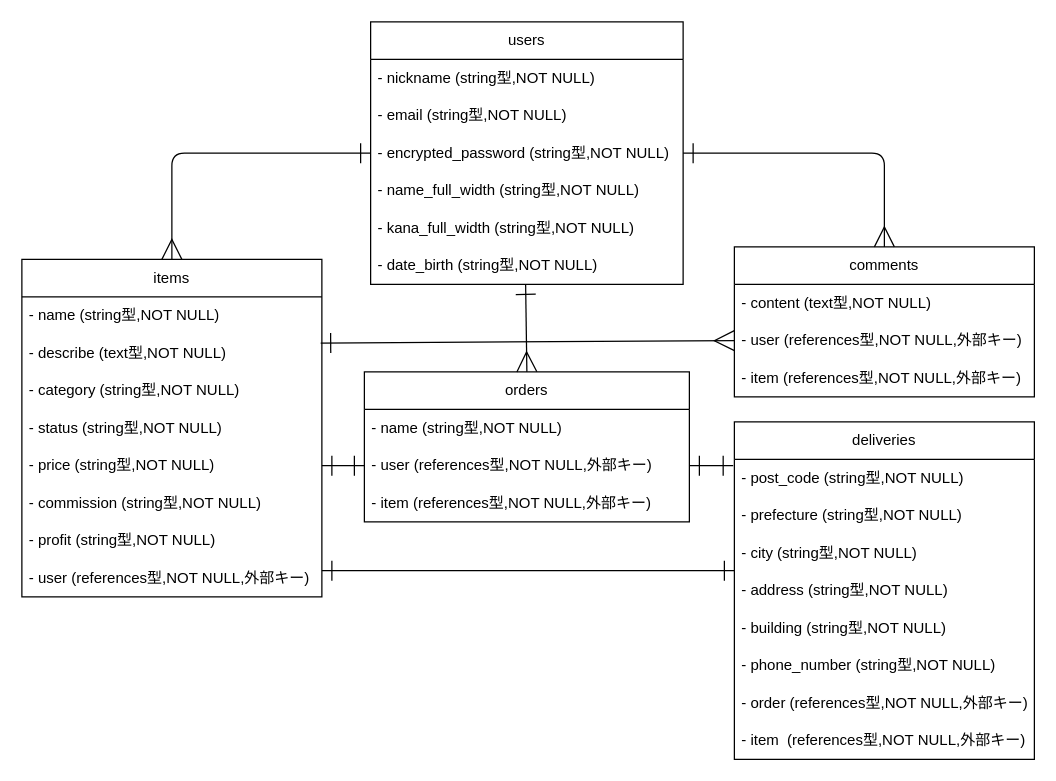
rui1100/furima-39660 keeps this draw.io diagram as furima.dio. Above is the earlier version. Source tidied: cells renumbered, new cells numbered last; positions are measured from the earlier drawing's top-left corner, leaving out a move shared by most shapes. Both pictures are drawn from the tidied source at 125%, with x=0, y=0 at pixel (21, 21).
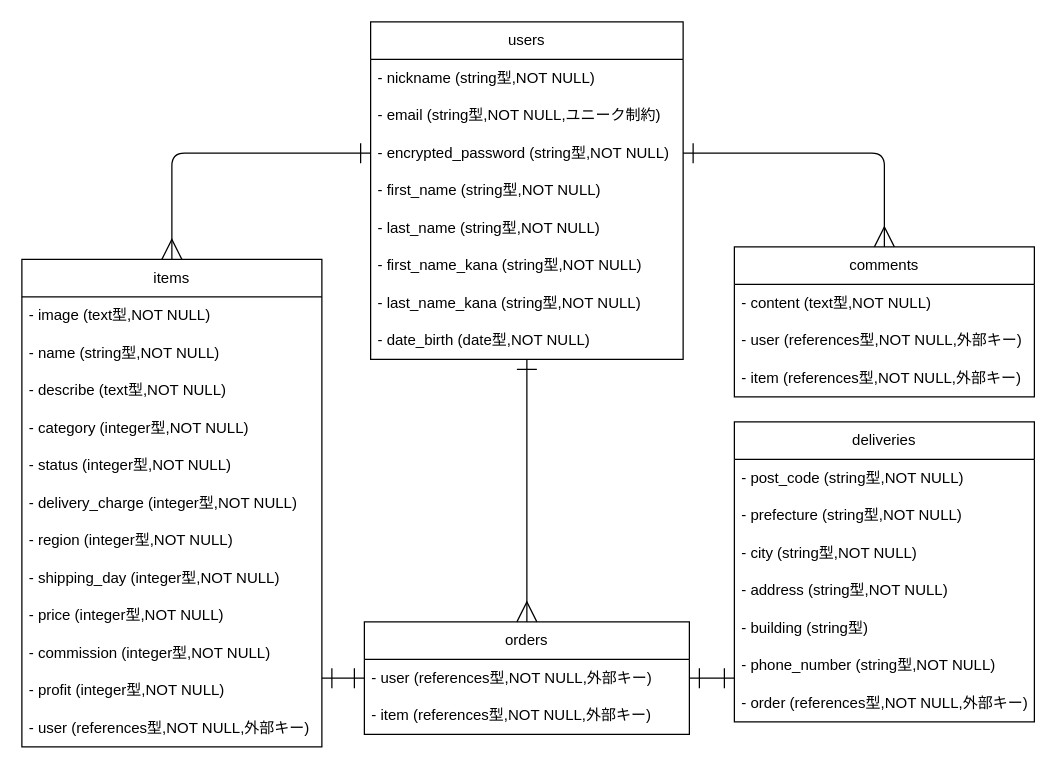
Above is the later version.

Commit message (it also covers changes not shown here):
データベース設計_修正_1202

The change refers to these unchanged cells:
```xml
<mxCell id="23" value="- post_code (string型,NOT NULL)" style="text;strokeColor=none;fillColor=none;align=left;verticalAlign=middle;spacingLeft=4;spacingRight=4;overflow=hidden;points=[[0,0.5],[1,0.5]];portConstraint=eastwest;whiteSpace=wrap;html=1;" parent="22" vertex="1">
  <mxGeometry y="30" width="240" height="30" as="geometry" />
</mxCell>
<mxCell id="33" value="- user (references型,NOT NULL,外部キー)" style="text;strokeColor=none;fillColor=none;align=left;verticalAlign=middle;spacingLeft=4;spacingRight=4;overflow=hidden;points=[[0,0.5],[1,0.5]];portConstraint=eastwest;whiteSpace=wrap;html=1;" parent="31" vertex="1">
  <mxGeometry y="60" width="240" height="30" as="geometry" />
</mxCell>
```

The edit, as a diff of the source:
```diff
@@
     <mxCell id="2" value="users" style="swimlane;fontStyle=0;horizontal=1;startSize=30;whiteSpace=wrap;html=1;" parent="1" vertex="1">
-      <mxGeometry x="279" width="250" height="210" as="geometry" />
+      <mxGeometry x="279" width="250" height="270" as="geometry" />
     </mxCell>
@@
-    <mxCell id="4" value="- email&amp;nbsp;(string型,NOT NULL)" style="text;strokeColor=none;fillColor=none;align=left;verticalAlign=middle;spacingLeft=4;spacingRight=4;overflow=hidden;whiteSpace=wrap;html=1;" parent="2" vertex="1">
+    <mxCell id="4" value="- email&amp;nbsp;(string型,NOT NULL,ユニーク制約)" style="text;strokeColor=none;fillColor=none;align=left;verticalAlign=middle;spacingLeft=4;spacingRight=4;overflow=hidden;whiteSpace=wrap;html=1;" parent="2" vertex="1">
       <mxGeometry y="60" width="250" height="30" as="geometry" />
     </mxCell>
@@
-    <mxCell id="6" value="- name_full_width&amp;nbsp;(string型,NOT NULL)" style="text;strokeColor=none;fillColor=none;align=left;verticalAlign=middle;spacingLeft=4;spacingRight=4;overflow=hidden;whiteSpace=wrap;html=1;" parent="2" vertex="1">
+    <mxCell id="6" value="- first_name (string型,NOT NULL)" style="text;strokeColor=none;fillColor=none;align=left;verticalAlign=middle;spacingLeft=4;spacingRight=4;overflow=hidden;whiteSpace=wrap;html=1;" parent="2" vertex="1">
       <mxGeometry y="120" width="250" height="30" as="geometry" />
     </mxCell>
+    <mxCell id="42" value="- last_name (string型,NOT NULL)" style="text;strokeColor=none;fillColor=none;align=left;verticalAlign=middle;spacingLeft=4;spacingRight=4;overflow=hidden;whiteSpace=wrap;html=1;" parent="2" vertex="1">
+      <mxGeometry y="150" width="250" height="30" as="geometry" />
+    </mxCell>
-    <mxCell id="7" value="- kana_full_width&amp;nbsp;(string型,NOT NULL)" style="text;strokeColor=none;fillColor=none;align=left;verticalAlign=middle;spacingLeft=4;spacingRight=4;overflow=hidden;whiteSpace=wrap;html=1;" parent="2" vertex="1">
-      <mxGeometry y="150" width="250" height="30" as="geometry" />
+    <mxCell id="7" value="- first_name_kana (string型,NOT NULL)" style="text;strokeColor=none;fillColor=none;align=left;verticalAlign=middle;spacingLeft=4;spacingRight=4;overflow=hidden;whiteSpace=wrap;html=1;" parent="2" vertex="1">
+      <mxGeometry y="180" width="250" height="30" as="geometry" />
     </mxCell>
+    <mxCell id="43" value="- last_name_kana (string型,NOT NULL)" style="text;strokeColor=none;fillColor=none;align=left;verticalAlign=middle;spacingLeft=4;spacingRight=4;overflow=hidden;whiteSpace=wrap;html=1;" parent="2" vertex="1">
+      <mxGeometry y="210" width="250" height="30" as="geometry" />
+    </mxCell>
-    <mxCell id="8" value="- date_birth&amp;nbsp;(string型,NOT NULL)" style="text;strokeColor=none;fillColor=none;align=left;verticalAlign=middle;spacingLeft=4;spacingRight=4;overflow=hidden;points=[[0,0.5],[1,0.5]];portConstraint=eastwest;whiteSpace=wrap;html=1;" parent="2" vertex="1">
-      <mxGeometry y="180" width="250" height="30" as="geometry" />
+    <mxCell id="8" value="- date_birth&amp;nbsp;(date型,NOT NULL)" style="text;strokeColor=none;fillColor=none;align=left;verticalAlign=middle;spacingLeft=4;spacingRight=4;overflow=hidden;points=[[0,0.5],[1,0.5]];portConstraint=eastwest;whiteSpace=wrap;html=1;" parent="2" vertex="1">
+      <mxGeometry y="240" width="250" height="30" as="geometry" />
     </mxCell>
     <mxCell id="9" value="items" style="swimlane;fontStyle=0;horizontal=1;startSize=30;whiteSpace=wrap;html=1;" parent="1" vertex="1">
-      <mxGeometry y="190" width="240" height="270" as="geometry" />
+      <mxGeometry y="190" width="240" height="390" as="geometry" />
     </mxCell>
-    <mxCell id="10" value="- name&amp;nbsp;(string型,NOT NULL)" style="text;strokeColor=none;fillColor=none;align=left;verticalAlign=middle;spacingLeft=4;spacingRight=4;overflow=hidden;whiteSpace=wrap;html=1;" parent="9" vertex="1">
+    <mxCell id="10" value="- image (text型,NOT NULL)" style="text;strokeColor=none;fillColor=none;align=left;verticalAlign=middle;spacingLeft=4;spacingRight=4;overflow=hidden;whiteSpace=wrap;html=1;" parent="9" vertex="1">
       <mxGeometry y="30" width="240" height="30" as="geometry" />
     </mxCell>
+    <mxCell id="19" value="- name&amp;nbsp;(string型,NOT NULL)" style="text;strokeColor=none;fillColor=none;align=left;verticalAlign=middle;spacingLeft=4;spacingRight=4;overflow=hidden;whiteSpace=wrap;html=1;" parent="9" vertex="1">
+      <mxGeometry y="60" width="240" height="30" as="geometry" />
+    </mxCell>
     <mxCell id="11" value="- describe&amp;nbsp;(text型,NOT NULL)" style="text;strokeColor=none;fillColor=none;align=left;verticalAlign=middle;spacingLeft=4;spacingRight=4;overflow=hidden;points=[[0,0.5],[1,0.5]];portConstraint=eastwest;whiteSpace=wrap;html=1;" parent="9" vertex="1">
-      <mxGeometry y="60" width="240" height="30" as="geometry" />
+      <mxGeometry y="90" width="240" height="30" as="geometry" />
     </mxCell>
-    <mxCell id="12" value="- category (string型,NOT NULL)" style="text;strokeColor=none;fillColor=none;align=left;verticalAlign=middle;spacingLeft=4;spacingRight=4;overflow=hidden;whiteSpace=wrap;html=1;" parent="9" vertex="1">
-      <mxGeometry y="90" width="240" height="30" as="geometry" />
+    <mxCell id="12" value="- category (integer型,NOT NULL)" style="text;strokeColor=none;fillColor=none;align=left;verticalAlign=middle;spacingLeft=4;spacingRight=4;overflow=hidden;whiteSpace=wrap;html=1;" parent="9" vertex="1">
+      <mxGeometry y="120" width="240" height="30" as="geometry" />
     </mxCell>
-    <mxCell id="13" value="- status (string型,NOT NULL)" style="text;strokeColor=none;fillColor=none;align=left;verticalAlign=middle;spacingLeft=4;spacingRight=4;overflow=hidden;whiteSpace=wrap;html=1;" parent="9" vertex="1">
-      <mxGeometry y="120" width="240" height="30" as="geometry" />
+    <mxCell id="13" value="- status (integer型,NOT NULL)" style="text;strokeColor=none;fillColor=none;align=left;verticalAlign=middle;spacingLeft=4;spacingRight=4;overflow=hidden;whiteSpace=wrap;html=1;" parent="9" vertex="1">
+      <mxGeometry y="150" width="240" height="30" as="geometry" />
     </mxCell>
+    <mxCell id="44" value="- delivery_charge (integer型,NOT NULL)" style="text;strokeColor=none;fillColor=none;align=left;verticalAlign=middle;spacingLeft=4;spacingRight=4;overflow=hidden;whiteSpace=wrap;html=1;" parent="9" vertex="1">
+      <mxGeometry y="180" width="240" height="30" as="geometry" />
+    </mxCell>
+    <mxCell id="45" value="- region&amp;nbsp;(integer型,NOT NULL)" style="text;strokeColor=none;fillColor=none;align=left;verticalAlign=middle;spacingLeft=4;spacingRight=4;overflow=hidden;whiteSpace=wrap;html=1;" parent="9" vertex="1">
+      <mxGeometry y="210" width="240" height="30" as="geometry" />
+    </mxCell>
+    <mxCell id="46" value="- shipping_day (integer型,NOT NULL)" style="text;strokeColor=none;fillColor=none;align=left;verticalAlign=middle;spacingLeft=4;spacingRight=4;overflow=hidden;whiteSpace=wrap;html=1;" parent="9" vertex="1">
+      <mxGeometry y="240" width="240" height="30" as="geometry" />
+    </mxCell>
-    <mxCell id="14" value="- price&amp;nbsp;(string型,NOT NULL)" style="text;strokeColor=none;fillColor=none;align=left;verticalAlign=middle;spacingLeft=4;spacingRight=4;overflow=hidden;points=[[0,0.5],[1,0.5]];portConstraint=eastwest;whiteSpace=wrap;html=1;" parent="9" vertex="1">
-      <mxGeometry y="150" width="240" height="30" as="geometry" />
+    <mxCell id="14" value="- price&amp;nbsp;(integer型,NOT NULL)" style="text;strokeColor=none;fillColor=none;align=left;verticalAlign=middle;spacingLeft=4;spacingRight=4;overflow=hidden;points=[[0,0.5],[1,0.5]];portConstraint=eastwest;whiteSpace=wrap;html=1;" parent="9" vertex="1">
+      <mxGeometry y="270" width="240" height="30" as="geometry" />
     </mxCell>
-    <mxCell id="15" value="- commission (string型,NOT NULL)" style="text;strokeColor=none;fillColor=none;align=left;verticalAlign=middle;spacingLeft=4;spacingRight=4;overflow=hidden;whiteSpace=wrap;html=1;" parent="9" vertex="1">
-      <mxGeometry y="180" width="240" height="30" as="geometry" />
+    <mxCell id="15" value="- commission (integer型,NOT NULL)" style="text;strokeColor=none;fillColor=none;align=left;verticalAlign=middle;spacingLeft=4;spacingRight=4;overflow=hidden;whiteSpace=wrap;html=1;" parent="9" vertex="1">
+      <mxGeometry y="300" width="240" height="30" as="geometry" />
     </mxCell>
-    <mxCell id="16" value="- profit (string型,NOT NULL)" style="text;strokeColor=none;fillColor=none;align=left;verticalAlign=middle;spacingLeft=4;spacingRight=4;overflow=hidden;whiteSpace=wrap;html=1;" parent="9" vertex="1">
-      <mxGeometry y="210" width="240" height="30" as="geometry" />
+    <mxCell id="16" value="- profit (integer型,NOT NULL)" style="text;strokeColor=none;fillColor=none;align=left;verticalAlign=middle;spacingLeft=4;spacingRight=4;overflow=hidden;whiteSpace=wrap;html=1;" parent="9" vertex="1">
+      <mxGeometry y="330" width="240" height="30" as="geometry" />
     </mxCell>
     <mxCell id="17" value="- user (references型,NOT NULL,外部キー)" style="text;strokeColor=none;fillColor=none;align=left;verticalAlign=middle;spacingLeft=4;spacingRight=4;overflow=hidden;whiteSpace=wrap;html=1;" parent="9" vertex="1">
-      <mxGeometry y="240" width="240" height="30" as="geometry" />
+      <mxGeometry y="360" width="240" height="30" as="geometry" />
     </mxCell>
     <mxCell id="18" value="orders" style="swimlane;fontStyle=0;horizontal=1;startSize=30;whiteSpace=wrap;html=1;" parent="1" vertex="1">
-      <mxGeometry x="274" y="280" width="260" height="120" as="geometry" />
+      <mxGeometry x="274" y="480" width="260" height="90" as="geometry" />
     </mxCell>
-    <mxCell id="19" value="- name (string型,NOT NULL)" style="text;strokeColor=none;fillColor=none;align=left;verticalAlign=middle;spacingLeft=4;spacingRight=4;overflow=hidden;whiteSpace=wrap;html=1;" parent="18" vertex="1">
-      <mxGeometry y="30" width="260" height="30" as="geometry" />
-    </mxCell>
     <mxCell id="20" value="- user (references型,NOT NULL,外部キー)" style="text;strokeColor=none;fillColor=none;align=left;verticalAlign=middle;spacingLeft=4;spacingRight=4;overflow=hidden;points=[[0,0.5],[1,0.5]];portConstraint=eastwest;whiteSpace=wrap;html=1;" parent="18" vertex="1">
-      <mxGeometry y="60" width="260" height="30" as="geometry" />
+      <mxGeometry y="30" width="260" height="30" as="geometry" />
     </mxCell>
     <mxCell id="21" value="- item (references型,NOT NULL,外部キー)" style="text;strokeColor=none;fillColor=none;align=left;verticalAlign=middle;spacingLeft=4;spacingRight=4;overflow=hidden;whiteSpace=wrap;html=1;" parent="18" vertex="1">
-      <mxGeometry y="90" width="260" height="30" as="geometry" />
+      <mxGeometry y="60" width="260" height="30" as="geometry" />
     </mxCell>
     <mxCell id="22" value="deliveries" style="swimlane;fontStyle=0;horizontal=1;startSize=30;whiteSpace=wrap;html=1;" parent="1" vertex="1">
-      <mxGeometry x="570" y="320" width="240" height="270" as="geometry" />
+      <mxGeometry x="570" y="320" width="240" height="240" as="geometry" />
     </mxCell>
@@
-    <mxCell id="27" value="- building (string型,NOT NULL)" style="text;strokeColor=none;fillColor=none;align=left;verticalAlign=middle;spacingLeft=4;spacingRight=4;overflow=hidden;whiteSpace=wrap;html=1;" parent="22" vertex="1">
+    <mxCell id="27" value="- building (string型)" style="text;strokeColor=none;fillColor=none;align=left;verticalAlign=middle;spacingLeft=4;spacingRight=4;overflow=hidden;whiteSpace=wrap;html=1;" parent="22" vertex="1">
       <mxGeometry y="150" width="240" height="30" as="geometry" />
     </mxCell>
@@
-    <mxCell id="30" value="- item&amp;nbsp; (references型,NOT NULL,外部キー)" style="text;strokeColor=none;fillColor=none;align=left;verticalAlign=middle;spacingLeft=4;spacingRight=4;overflow=hidden;whiteSpace=wrap;html=1;" parent="22" vertex="1">
-      <mxGeometry y="240" width="240" height="30" as="geometry" />
-    </mxCell>
@@
-    <mxCell id="37" style="edgeStyle=none;html=1;exitX=0;exitY=0.5;exitDx=0;exitDy=0;entryX=0.996;entryY=0.233;entryDx=0;entryDy=0;startArrow=ERmany;startFill=0;endArrow=ERone;endFill=0;startSize=14;endSize=14;entryPerimeter=0;" parent="1" edge="1" source="33" target="11">
-      <mxGeometry relative="1" as="geometry" />
-    </mxCell>
-    <mxCell id="38" style="edgeStyle=none;html=1;exitX=0.5;exitY=0;exitDx=0;exitDy=0;entryX=0.496;entryY=1;entryDx=0;entryDy=0;entryPerimeter=0;startArrow=ERmany;startFill=0;endArrow=ERone;endFill=0;startSize=14;endSize=14;" parent="1" edge="1" source="18" target="8">
-      <mxGeometry relative="1" as="geometry" />
+    <mxCell id="38" style="edgeStyle=none;html=1;exitX=0.5;exitY=0;exitDx=0;exitDy=0;startArrow=ERmany;startFill=0;endArrow=ERone;endFill=0;startSize=14;endSize=14;" parent="1" edge="1" source="18">
+      <mxGeometry relative="1" as="geometry">
+        <mxPoint x="404" y="270" as="targetPoint" />
+      </mxGeometry>
     </mxCell>
-    <mxCell id="39" style="edgeStyle=none;html=1;startArrow=ERone;startFill=0;endArrow=ERone;endFill=0;startSize=14;endSize=14;" parent="1" edge="1">
-      <mxGeometry relative="1" as="geometry">
-        <mxPoint x="240" y="439" as="sourcePoint" />
-        <mxPoint x="570" y="439" as="targetPoint" />
-      </mxGeometry>
-    </mxCell>
-    <mxCell id="40" style="edgeStyle=none;html=1;exitX=0;exitY=0.5;exitDx=0;exitDy=0;entryX=1;entryY=0.5;entryDx=0;entryDy=0;startArrow=ERone;startFill=0;endArrow=ERone;endFill=0;startSize=14;endSize=14;" parent="1" edge="1" source="20" target="14">
-      <mxGeometry relative="1" as="geometry" />
+    <mxCell id="40" style="edgeStyle=none;html=1;exitX=0;exitY=0.5;exitDx=0;exitDy=0;startArrow=ERone;startFill=0;endArrow=ERone;endFill=0;startSize=14;endSize=14;" parent="1" edge="1" source="20">
+      <mxGeometry relative="1" as="geometry">
+        <mxPoint x="240" y="525" as="targetPoint" />
+      </mxGeometry>
     </mxCell>
-    <mxCell id="41" style="edgeStyle=none;html=1;exitX=1;exitY=0.5;exitDx=0;exitDy=0;entryX=-0.004;entryY=0.167;entryDx=0;entryDy=0;entryPerimeter=0;startArrow=ERone;startFill=0;endArrow=ERone;endFill=0;startSize=14;endSize=14;" parent="1" edge="1" source="20" target="23">
-      <mxGeometry relative="1" as="geometry" />
+    <mxCell id="41" style="edgeStyle=none;html=1;exitX=1;exitY=0.5;exitDx=0;exitDy=0;startArrow=ERone;startFill=0;endArrow=ERone;endFill=0;startSize=14;endSize=14;" parent="1" edge="1" source="20">
+      <mxGeometry relative="1" as="geometry">
+        <mxPoint x="570" y="525" as="targetPoint" />
+      </mxGeometry>
     </mxCell>
```
